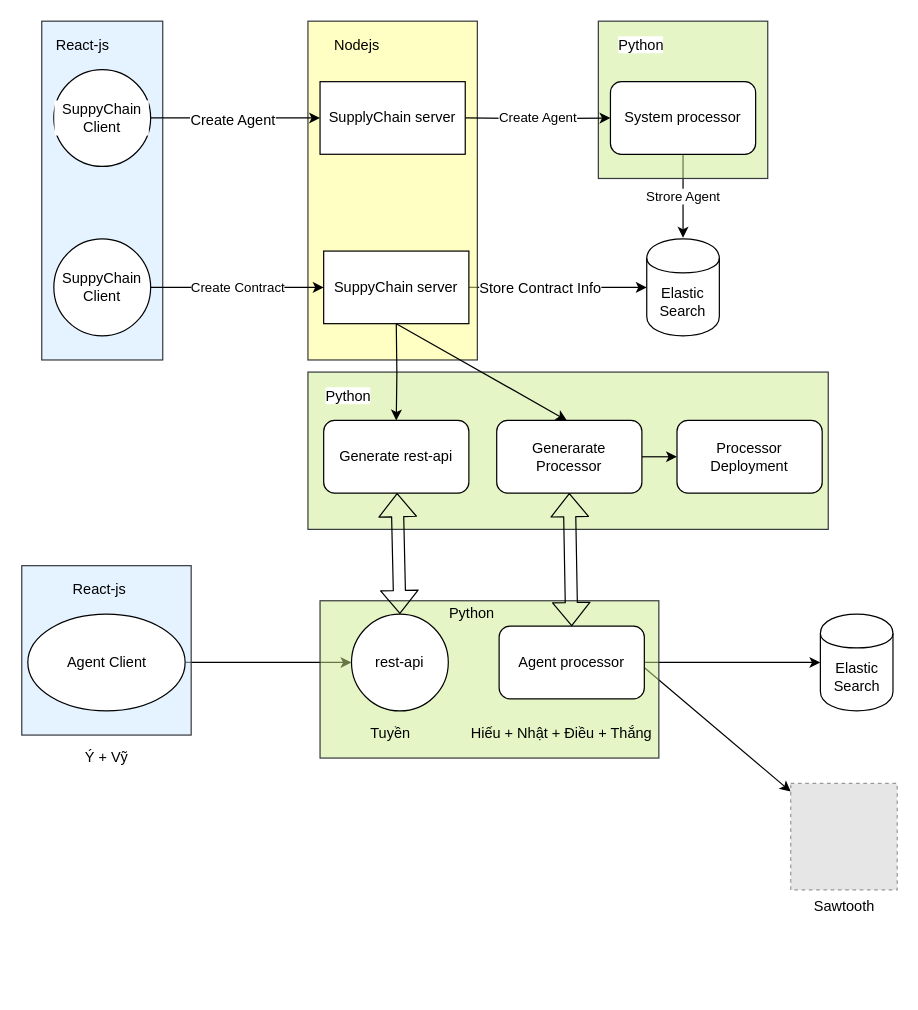
The draw.io diagram page "Main" (1 of 2) of SupplyChainArchitecture.drawio in NTT-TNN/draw, before the edit. Source tidied: cells renumbered, new cells numbered last; positions are measured from the earlier drawing's top-left corner, leaving out a move shared by most shapes. Both pictures are drawn from the tidied source at 121%, with x=0, y=0 at pixel (22, 21). Pictures stored in the file or linked from it are replaced by grey dashed boxes.
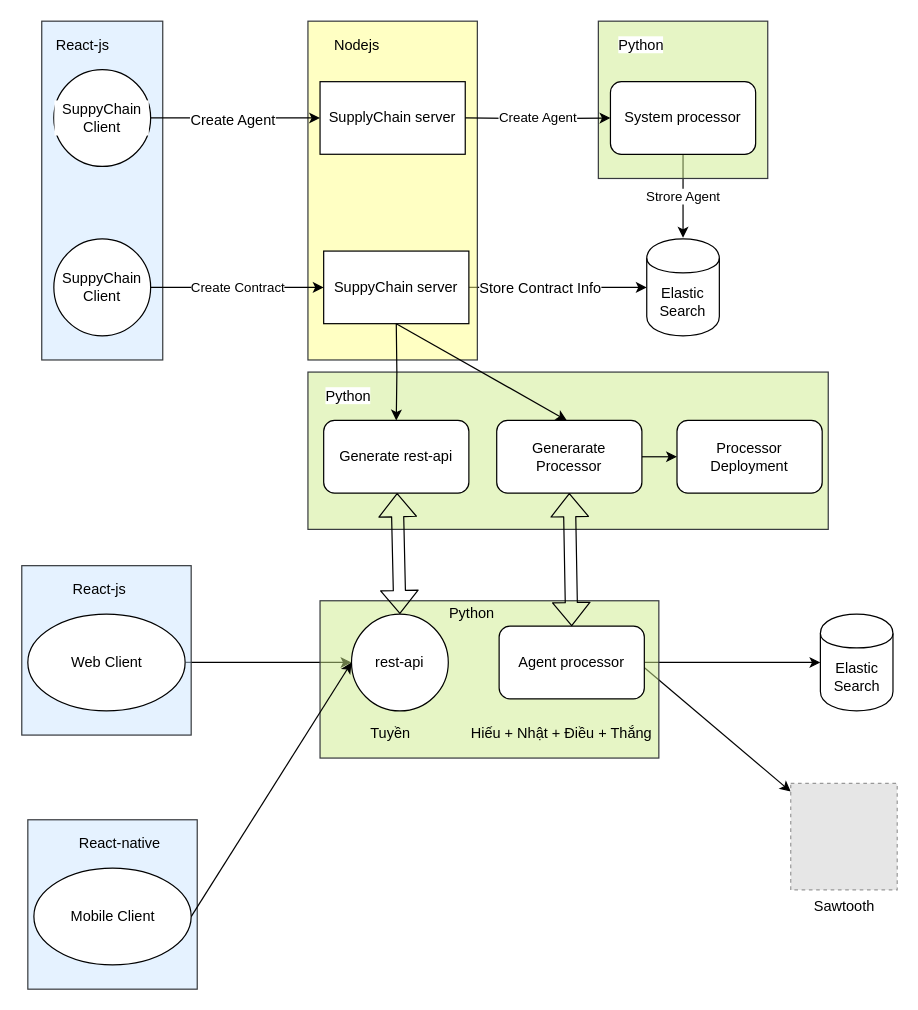
After the change.

Unchanged cells that the change refers to:
```xml
<mxCell id="42" value="rest-api" style="ellipse;whiteSpace=wrap;html=1;" parent="1" vertex="1">
  <mxGeometry x="272" y="490" width="80" height="80" as="geometry" />
</mxCell>
```

The edit, as a diff of the source:
```diff
@@
-    <mxCell id="38" value="Agent Client&lt;br&gt;" style="ellipse;whiteSpace=wrap;html=1;" parent="1" vertex="1">
+    <mxCell id="38" value="Web Client&lt;br&gt;" style="ellipse;whiteSpace=wrap;html=1;" parent="1" vertex="1">
       <mxGeometry x="4.5" y="490" width="130" height="80" as="geometry" />
     </mxCell>
@@
-    <mxCell id="44" value="Ý + Vỹ" style="text;html=1;align=left;verticalAlign=top;spacingTop=-4;" parent="1" vertex="1">
-      <mxGeometry x="49.5" y="599" width="50" height="20" as="geometry" />
-    </mxCell>
@@
+    <mxCell id="49" style="rounded=1;whiteSpace=wrap;html=1;labelBackgroundColor=#FFFFFF;arcSize=0;fillOpacity=50;fillColor=#cce5ff;strokeColor=#36393d;" parent="1" vertex="1">
+      <mxGeometry x="4.5" y="660" width="140" height="140" as="geometry" />
+    </mxCell>
+    <mxCell id="50" style="rounded=0;jettySize=auto;html=1;exitX=1;exitY=0.5;exitDx=0;exitDy=0;entryX=0;entryY=0.5;entryDx=0;entryDy=0;" parent="1" edge="1" source="51" target="42">
+      <mxGeometry relative="1" as="geometry" />
+    </mxCell>
+    <mxCell id="51" value="Mobile Client&lt;br&gt;" style="ellipse;whiteSpace=wrap;html=1;" parent="1" vertex="1">
+      <mxGeometry x="9.5" y="700" width="130" height="80" as="geometry" />
+    </mxCell>
+    <mxCell id="52" value="React-native" style="text;html=1;align=left;verticalAlign=top;spacingTop=-4;" parent="1" vertex="1">
+      <mxGeometry x="44.5" y="670" width="80" height="20" as="geometry" />
+    </mxCell>
```
